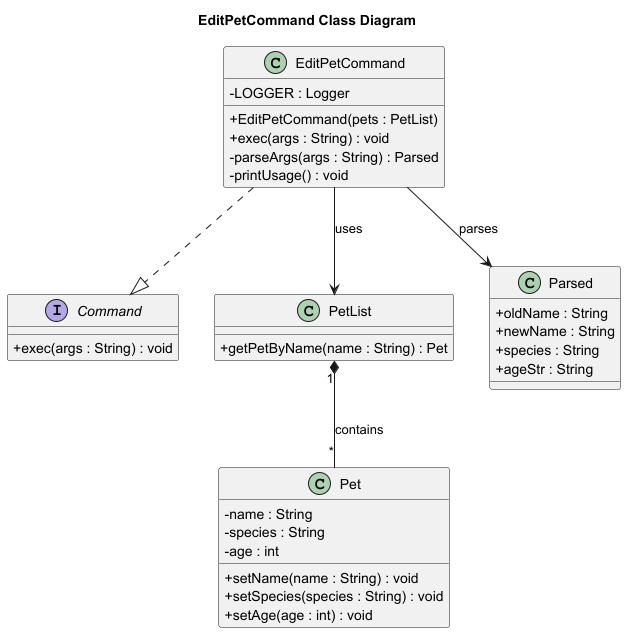
This is docs/diagrams/EditPetCommand_Class_Diagram.png from Kevin88866/tp, a PlantUML export, as it was before one commit. Its diagram source:
```plantuml
@startuml
skinparam classAttributeIconSize 0
title EditPetCommand Class Diagram

interface Command {
  +exec(args : String) : void
}

class EditPetCommand {
  -LOGGER : Logger
  +EditPetCommand(pets : PetList)
  +exec(args : String) : void
  -parseArgs(args : String) : Parsed
  -printUsage() : void
}

class PetList {
  +getPetByName(name : String) : Pet
}

class Pet {
  -name : String
  -species : String
  -age : int
  +setName(name : String) : void
  +setSpecies(species : String) : void
  +setAge(age : int) : void
}

class Parsed {
  +oldName : String
  +newName : String
  +species : String
  +ageStr : String
}

EditPetCommand ..|> Command
EditPetCommand --> PetList : uses
PetList "1" *-- "*" Pet : contains
EditPetCommand --> Parsed : parses

@enduml
```
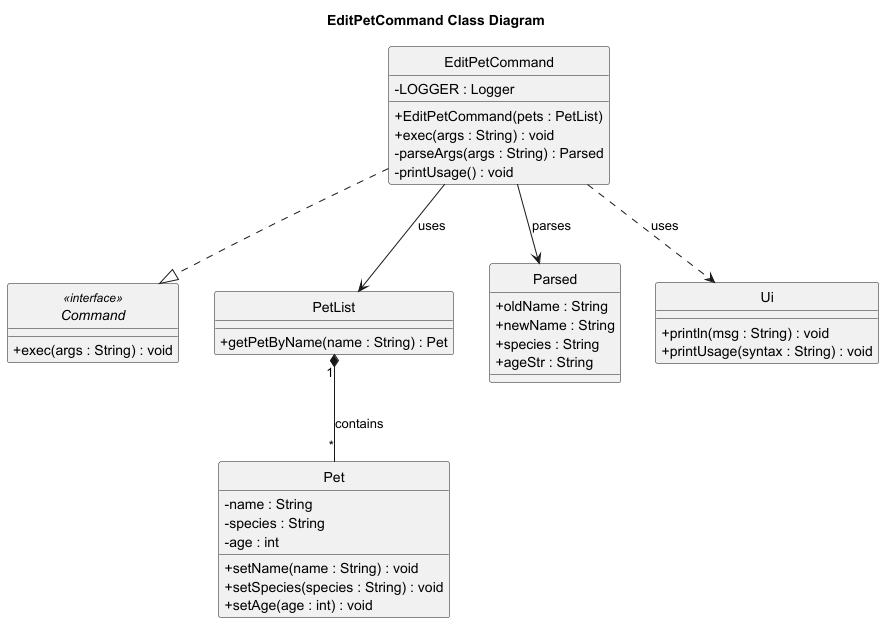
The same file after the commit.

Diff of the diagram source:
```diff
@@ -1,8 +1,9 @@
 @startuml
 skinparam classAttributeIconSize 0
 title EditPetCommand Class Diagram
+hide circle
 
-interface Command {
+interface Command <<interface>>{
   +exec(args : String) : void
 }
 
@@ -38,5 +39,9 @@
 EditPetCommand --> PetList : uses
 PetList "1" *-- "*" Pet : contains
 EditPetCommand --> Parsed : parses
-
+class Ui {
+  +println(msg : String) : void
+  +printUsage(syntax : String) : void
+}
+EditPetCommand ..> Ui : uses
 @enduml
```
